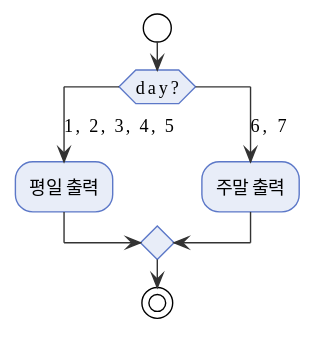
The PlantUML diagram docs/assets/images/java/fall-through.svg in Jun983/code-archive, before a commit.
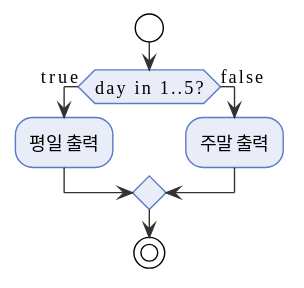
Above is the later version.

Commit message:
docs(java): switch 다이어그램을 마름모 조건 분기로 수정

What changed in the source:
```diff
@@ -8,11 +8,10 @@
 skinparam DiamondBorderColor #5C78C8
 
 start
-switch (day?)
-case (1, 2, 3, 4, 5)
+if (day in 1..5?) then (true)
   :평일 출력;
-case (6, 7)
+else (false)
   :주말 출력;
-endswitch
+endif
 stop
 @enduml
```
